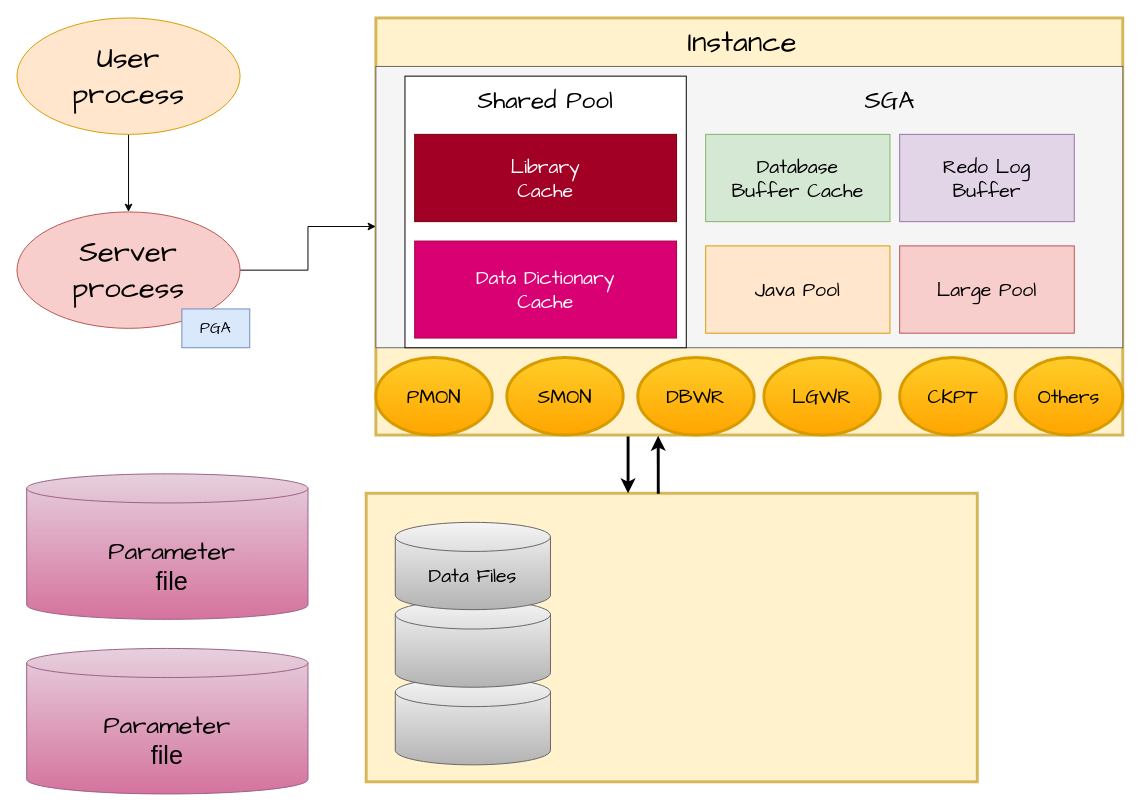
Earlier version of the draw.io diagram Oracle.drawio (Yaozongbin0828/UMLetDraw). Source tidied: cells renumbered, new cells numbered last; positions are measured from the earlier drawing's top-left corner, leaving out a move shared by most shapes. Both pictures are drawn from the tidied source at 97%, with x=0, y=0 at pixel (16, 17).
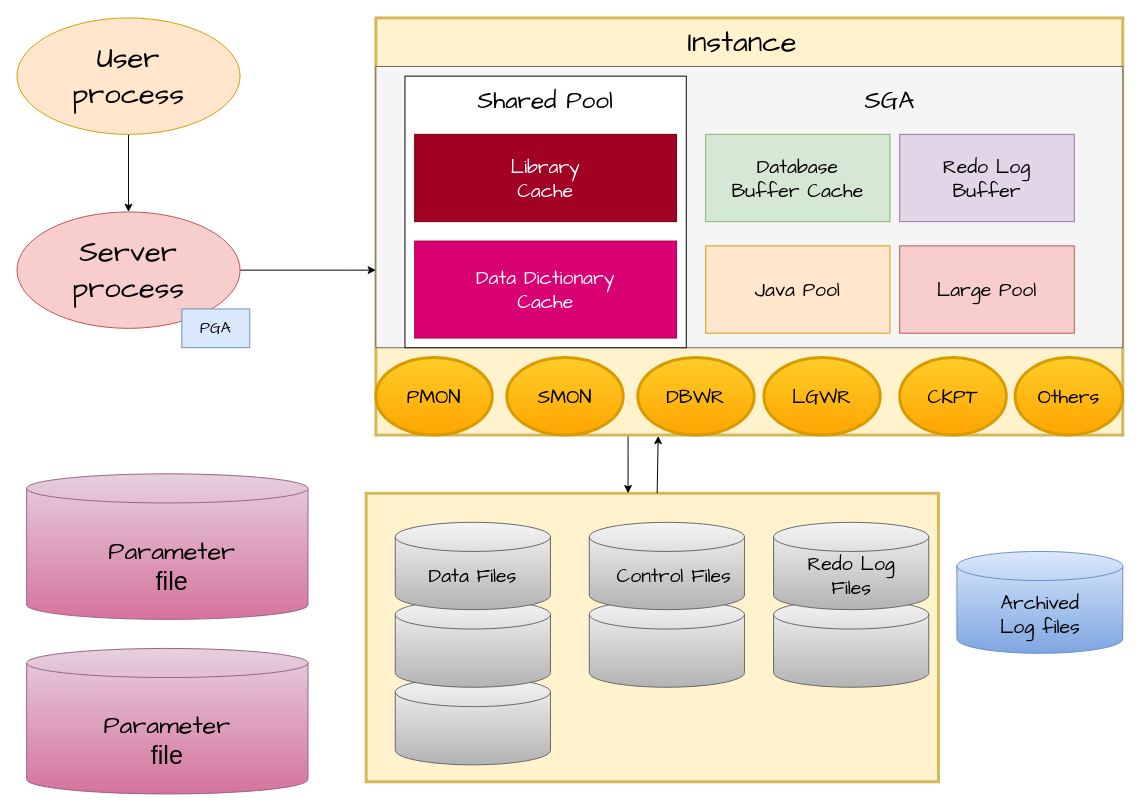
The same diagram, later.

Unchanged cells that the change refers to:
```xml
<mxCell id="4" style="whiteSpace=wrap;html=1;fillColor=#fff2cc;strokeColor=#d6b656;strokeWidth=3;" parent="1" vertex="1">
  <mxGeometry x="370" width="770" height="430" as="geometry" />
</mxCell>
<mxCell id="8" value="&lt;font style=&quot;font-size: 30px;&quot; face=&quot;Comic Sans MS&quot;&gt;Server&lt;/font&gt;&lt;div style=&quot;font-size: 30px;&quot;&gt;&lt;font face=&quot;Comic Sans MS&quot;&gt;process&lt;/font&gt;&lt;/div&gt;" style="ellipse;whiteSpace=wrap;html=1;fillColor=#f8cecc;strokeColor=#b85450;" parent="1" vertex="1">
  <mxGeometry y="200" width="230" height="120" as="geometry" />
</mxCell>
```

The edit, as a diff of the source:
```diff
@@
     <mxCell id="2" style="whiteSpace=wrap;html=1;fillColor=#fff2cc;strokeColor=#d6b656;strokeWidth=3;" parent="1" vertex="1">
-      <mxGeometry x="360" y="490" width="630" height="297.5" as="geometry" />
+      <mxGeometry x="360" y="490" width="590" height="297.5" as="geometry" />
     </mxCell>
-    <mxCell id="3" style="edgeStyle=orthogonalEdgeStyle;rounded=0;orthogonalLoop=1;jettySize=auto;html=1;strokeWidth=3;" parent="1" edge="1">
+    <mxCell id="3" style="edgeStyle=orthogonalEdgeStyle;rounded=0;orthogonalLoop=1;jettySize=auto;html=1;strokeWidth=1;" parent="1" edge="1">
       <mxGeometry relative="1" as="geometry">
         <mxPoint x="630" y="430" as="sourcePoint" />
         <mxPoint x="630" y="490" as="targetPoint" />
         <Array as="points">
           <mxPoint x="630" y="450" />
           <mxPoint x="630" y="450" />
         </Array>
       </mxGeometry>
     </mxCell>
@@
     <mxCell id="7" style="edgeStyle=orthogonalEdgeStyle;rounded=0;jettySize=auto;html=1;" parent="1" edge="1" source="8" target="4">
-      <mxGeometry relative="1" as="geometry" />
+      <mxGeometry relative="1" as="geometry">
+        <Array as="points">
+          <mxPoint x="340" y="260" />
+          <mxPoint x="340" y="260" />
+        </Array>
+      </mxGeometry>
     </mxCell>
@@
-    <mxCell id="32" style="edgeStyle=orthogonalEdgeStyle;rounded=0;jettySize=auto;html=1;strokeWidth=3;entryX=0.378;entryY=1.002;entryDx=0;entryDy=0;entryPerimeter=0;exitX=0.478;exitY=0.002;exitDx=0;exitDy=0;exitPerimeter=0;" parent="1" edge="1" source="2" target="4">
-      <mxGeometry relative="1" as="geometry" />
+    <mxCell id="32" style="edgeStyle=orthogonalEdgeStyle;rounded=0;jettySize=auto;html=1;strokeWidth=1;entryX=0.378;entryY=1.002;entryDx=0;entryDy=0;entryPerimeter=0;" parent="1" edge="1" target="4">
+      <mxGeometry relative="1" as="geometry">
+        <mxPoint x="660" y="490" as="sourcePoint" />
+      </mxGeometry>
     </mxCell>
@@
+    <mxCell id="38" style="group;" parent="1" vertex="1">
+      <mxGeometry x="590" y="520" width="160" height="170" as="geometry" />
+    </mxCell>
+    <mxCell id="39" style="shape=cylinder3;whiteSpace=wrap;html=1;boundedLbl=1;backgroundOutline=1;size=15;fillColor=#f5f5f5;gradientColor=#b3b3b3;strokeColor=#666666;" parent="38" vertex="1">
+      <mxGeometry y="80" width="160" height="90" as="geometry" />
+    </mxCell>
+    <mxCell id="40" style="shape=cylinder3;whiteSpace=wrap;html=1;boundedLbl=1;backgroundOutline=1;size=15;fillColor=#f5f5f5;gradientColor=#b3b3b3;strokeColor=#666666;" parent="38" vertex="1">
+      <mxGeometry width="160" height="90" as="geometry" />
+    </mxCell>
+    <mxCell id="41" value="&lt;font style=&quot;font-size: 20px;&quot; face=&quot;Comic Sans MS&quot;&gt;Control Files&lt;/font&gt;" style="text;html=1;align=center;verticalAlign=middle;whiteSpace=wrap;rounded=0;" parent="38" vertex="1">
+      <mxGeometry x="25" y="30" width="125" height="50" as="geometry" />
+    </mxCell>
+    <mxCell id="42" style="group;" parent="1" vertex="1">
+      <mxGeometry x="780" y="520" width="160" height="170" as="geometry" />
+    </mxCell>
+    <mxCell id="43" style="shape=cylinder3;whiteSpace=wrap;html=1;boundedLbl=1;backgroundOutline=1;size=15;fillColor=#f5f5f5;gradientColor=#b3b3b3;strokeColor=#666666;" parent="42" vertex="1">
+      <mxGeometry y="80" width="160" height="90" as="geometry" />
+    </mxCell>
+    <mxCell id="44" style="shape=cylinder3;whiteSpace=wrap;html=1;boundedLbl=1;backgroundOutline=1;size=15;fillColor=#f5f5f5;gradientColor=#b3b3b3;strokeColor=#666666;" parent="42" vertex="1">
+      <mxGeometry width="160" height="90" as="geometry" />
+    </mxCell>
+    <mxCell id="45" value="&lt;font style=&quot;font-size: 20px;&quot; face=&quot;Comic Sans MS&quot;&gt;Redo Log Files&lt;/font&gt;" style="text;html=1;align=center;verticalAlign=middle;whiteSpace=wrap;rounded=0;" parent="42" vertex="1">
+      <mxGeometry x="22.5" y="30" width="115" height="50" as="geometry" />
+    </mxCell>
+    <mxCell id="46" style="shape=cylinder3;whiteSpace=wrap;html=1;boundedLbl=1;backgroundOutline=1;size=15;fillColor=#dae8fc;gradientColor=#7ea6e0;strokeColor=#6c8ebf;" parent="1" vertex="1">
+      <mxGeometry x="969" y="550" width="171" height="105" as="geometry" />
+    </mxCell>
+    <mxCell id="47" value="&lt;div style=&quot;font-size: 20px;&quot;&gt;&lt;font style=&quot;font-size: 20px;&quot; face=&quot;Comic Sans MS&quot;&gt;Archived&lt;/font&gt;&lt;/div&gt;&lt;div style=&quot;font-size: 20px;&quot;&gt;&lt;font face=&quot;Comic Sans MS&quot; style=&quot;font-size: 20px;&quot;&gt;Log files&lt;/font&gt;&lt;/div&gt;" style="text;html=1;align=center;verticalAlign=middle;whiteSpace=wrap;rounded=0;" parent="1" vertex="1">
+      <mxGeometry x="1009.5" y="600" width="90" height="30" as="geometry" />
+    </mxCell>
```
